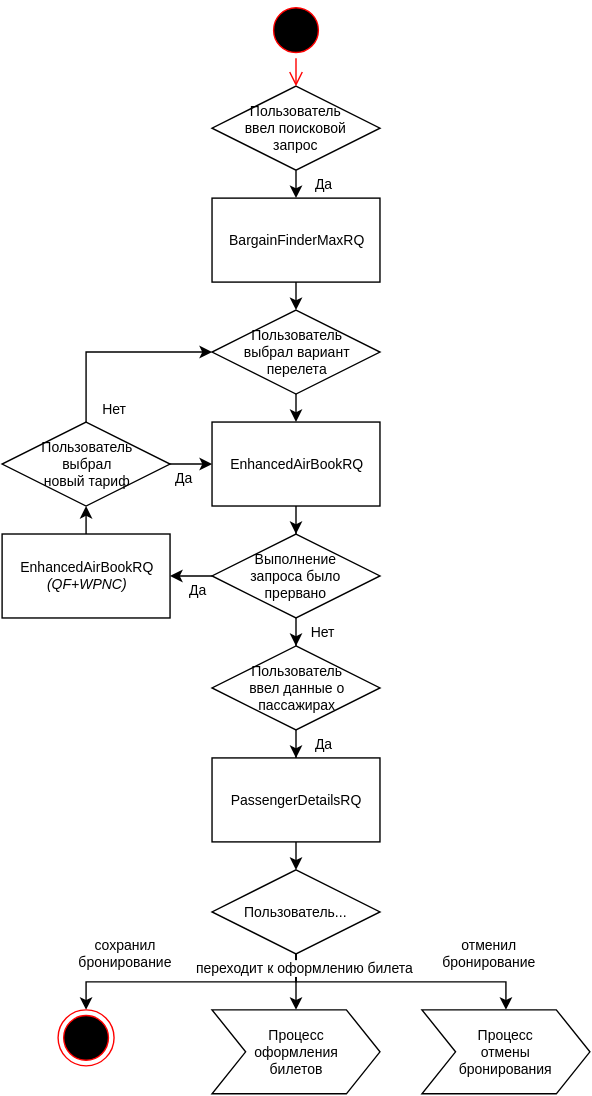
This is assets/svg/Search&Create Booking/[RU]Search&Create Booking[NoWPA]-1.svg from andreypolyak/sabre-apis-ru, a draw.io export, as it was before one commit. Source tidied: cells renumbered, new cells last; positions are measured from the earlier drawing's top-left corner, leaving out a move shared by most shapes.
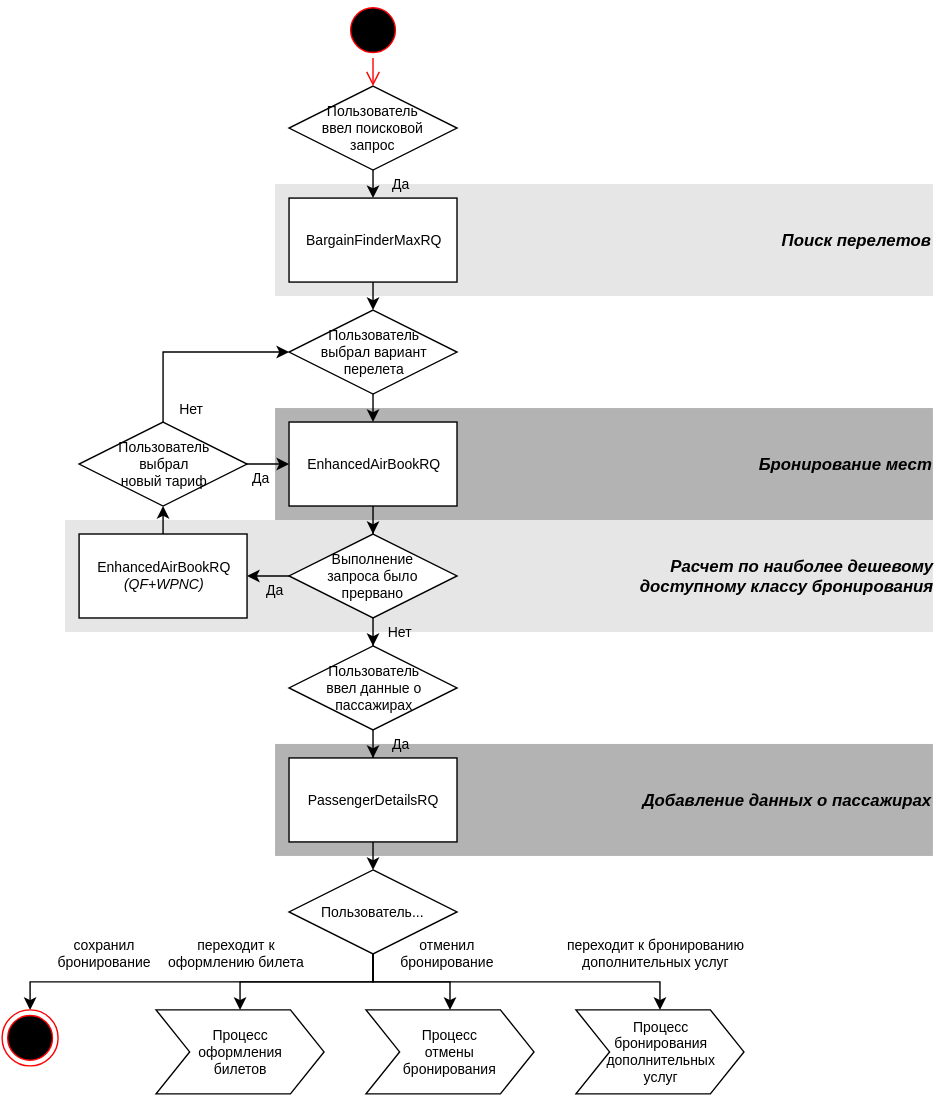
The same file after the commit.

The edit, as a diff of the source:
```diff
@@ -2,7 +2,19 @@
   <root>
     <mxCell id="0" />
     <mxCell id="1" parent="0" />
+    <mxCell id="32" value="&lt;div style=&quot;text-align: right&quot;&gt;&lt;i style=&quot;font-size: 12px ; line-height: 1.2&quot;&gt;&lt;b&gt;Добавление данных о пассажирах&lt;/b&gt;&lt;/i&gt;&lt;/div&gt;" style="whiteSpace=wrap;html=1;fillColor=#B3B3B3;fontSize=10;strokeColor=none;align=right;" parent="1" vertex="1">
+      <mxGeometry x="140" y="530" width="470" height="80" as="geometry" />
+    </mxCell>
+    <mxCell id="33" value="&lt;div style=&quot;text-align: right&quot;&gt;&lt;span style=&quot;line-height: 1.2&quot;&gt;&lt;font style=&quot;font-size: 12px&quot;&gt;&lt;i&gt;&lt;b&gt;Расчет по наиболее дешевому&lt;/b&gt;&lt;/i&gt;&lt;/font&gt;&lt;/span&gt;&lt;/div&gt;&lt;div style=&quot;text-align: right&quot;&gt;&lt;span style=&quot;line-height: 1.2&quot;&gt;&lt;font style=&quot;font-size: 12px&quot;&gt;&lt;i&gt;&lt;b&gt;доступному классу бронирования&lt;/b&gt;&lt;/i&gt;&lt;/font&gt;&lt;/span&gt;&lt;/div&gt;" style="whiteSpace=wrap;html=1;fillColor=#E6E6E6;fontSize=10;strokeColor=none;align=right;" parent="1" vertex="1">
+      <mxGeometry x="-10" y="370" width="620" height="80" as="geometry" />
+    </mxCell>
+    <mxCell id="34" value="&lt;div style=&quot;text-align: right&quot;&gt;&lt;span style=&quot;line-height: 1.2&quot;&gt;&lt;font style=&quot;font-size: 12px&quot;&gt;&lt;b&gt;&lt;i&gt;Бронирование мест&lt;/i&gt;&lt;/b&gt;&lt;/font&gt;&lt;/span&gt;&lt;/div&gt;" style="whiteSpace=wrap;html=1;fillColor=#B3B3B3;fontSize=10;strokeColor=none;align=right;gradientColor=none;" parent="1" vertex="1">
+      <mxGeometry x="140" y="290" width="470" height="80" as="geometry" />
+    </mxCell>
+    <mxCell id="35" value="&lt;div style=&quot;text-align: right&quot;&gt;&lt;font style=&quot;font-size: 12px&quot;&gt;&lt;i&gt;&lt;b&gt;Поиск перелетов&lt;/b&gt;&lt;/i&gt;&lt;/font&gt;&lt;/div&gt;" style="whiteSpace=wrap;html=1;fillColor=#E6E6E6;fontSize=10;strokeColor=none;align=right;" parent="1" vertex="1">
+      <mxGeometry x="140" y="130" width="470" height="80" as="geometry" />
+    </mxCell>
-    <mxCell id="2" value="Да" style="edgeStyle=orthogonalEdgeStyle;rounded=0;html=1;exitX=0.5;exitY=1;entryX=0.5;entryY=0;jettySize=auto;fontSize=10;" parent="1" edge="1" target="3">
+    <mxCell id="2" value="Да" style="edgeStyle=orthogonalEdgeStyle;rounded=0;html=1;exitX=0.5;exitY=1;entryX=0.5;entryY=0;jettySize=auto;fontSize=10;labelBackgroundColor=none;" parent="1" edge="1" target="3">
       <mxGeometry y="20" relative="1" as="geometry">
         <mxPoint x="210" y="120" as="sourcePoint" />
       </mxGeometry>
@@ -16,8 +28,10 @@
     <mxCell id="5" value="EnhancedAirBookRQ" style="whiteSpace=wrap;html=1;rounded=0;fontSize=10;" parent="1" vertex="1">
       <mxGeometry x="150" y="300" width="120" height="60" as="geometry" />
     </mxCell>
-    <mxCell id="6" style="edgeStyle=orthogonalEdgeStyle;rounded=0;html=1;entryX=0.5;entryY=0;jettySize=auto;exitX=0.5;exitY=1;fontSize=10;" parent="1" edge="1" source="7" target="16">
-      <mxGeometry relative="1" as="geometry" />
+    <mxCell id="6" style="edgeStyle=orthogonalEdgeStyle;rounded=0;html=1;entryX=0.5;entryY=0;jettySize=auto;exitX=0.5;exitY=1;fontSize=10;" parent="1" edge="1" source="7">
+      <mxGeometry relative="1" as="geometry">
+        <mxPoint x="210" y="620" as="targetPoint" />
+      </mxGeometry>
     </mxCell>
     <mxCell id="7" value="PassengerDetailsRQ" style="whiteSpace=wrap;html=1;rounded=0;fontSize=10;" parent="1" vertex="1">
       <mxGeometry x="150" y="540" width="120" height="60" as="geometry" />
@@ -31,40 +45,19 @@
     <mxCell id="10" value="Пользователь&lt;div&gt;&lt;span&gt;выбрал&amp;nbsp;&lt;/span&gt;&lt;span style=&quot;line-height: 1.2&quot;&gt;вариант&lt;/span&gt;&lt;div&gt;перелета&lt;/div&gt;&lt;/div&gt;" style="rhombus;whiteSpace=wrap;html=1;rounded=0;fontSize=10;" parent="1" vertex="1">
       <mxGeometry x="150" y="220" width="120" height="60" as="geometry" />
     </mxCell>
-    <mxCell id="11" value="Да" style="edgeStyle=orthogonalEdgeStyle;rounded=0;html=1;jettySize=auto;fontSize=10;exitX=0.5;exitY=1;" parent="1" edge="1" source="12" target="7">
+    <mxCell id="11" value="Да" style="edgeStyle=orthogonalEdgeStyle;rounded=0;html=1;jettySize=auto;fontSize=10;exitX=0.5;exitY=1;labelBackgroundColor=none;" parent="1" edge="1" source="12" target="7">
       <mxGeometry x="0.67" y="20" relative="1" as="geometry" />
     </mxCell>
     <mxCell id="12" value="Пользователь&lt;div&gt;ввел&amp;nbsp;&lt;span style=&quot;line-height: 1.2&quot;&gt;данные&amp;nbsp;&lt;/span&gt;&lt;span style=&quot;line-height: 1.2&quot;&gt;о&lt;/span&gt;&lt;/div&gt;&lt;div&gt;&lt;span style=&quot;line-height: 1.2&quot;&gt;пассажирах&lt;/span&gt;&lt;/div&gt;" style="rhombus;whiteSpace=wrap;html=1;rounded=0;fontSize=10;" parent="1" vertex="1">
       <mxGeometry x="150" y="460" width="120" height="60" as="geometry" />
     </mxCell>
-    <mxCell id="13" value="Нет" style="edgeStyle=orthogonalEdgeStyle;rounded=0;html=1;jettySize=auto;fontSize=10;exitX=0.5;exitY=1;" parent="1" edge="1" source="19" target="12">
+    <mxCell id="13" value="Нет" style="edgeStyle=orthogonalEdgeStyle;rounded=0;html=1;jettySize=auto;fontSize=10;exitX=0.5;exitY=1;labelBackgroundColor=none;" parent="1" edge="1" source="19" target="12">
       <mxGeometry x="0.67" y="20" relative="1" as="geometry" />
     </mxCell>
-    <mxCell id="14" value="отменил&lt;div&gt;бронирование&lt;/div&gt;" style="edgeStyle=orthogonalEdgeStyle;rounded=0;html=1;exitX=0.5;exitY=1;jettySize=auto;fontSize=10;entryX=0.5;entryY=0;" parent="1" edge="1" source="16">
-      <mxGeometry x="0.68" y="20" relative="1" as="geometry">
-        <mxPoint x="360" y="720" as="targetPoint" />
-        <Array as="points">
-          <mxPoint x="210" y="700" />
-          <mxPoint x="360" y="700" />
-        </Array>
-      </mxGeometry>
-    </mxCell>
-    <mxCell id="15" value="сохранил&lt;div&gt;бронирование&lt;/div&gt;" style="edgeStyle=orthogonalEdgeStyle;rounded=0;html=1;exitX=0.5;exitY=1;jettySize=auto;fontSize=10;entryX=0.5;entryY=0;entryPerimeter=0;" parent="1" edge="1" source="16">
-      <mxGeometry x="0.47" y="-20" relative="1" as="geometry">
-        <mxPoint x="60" y="720" as="targetPoint" />
-        <Array as="points">
-          <mxPoint x="210" y="700" />
-          <mxPoint x="60" y="700" />
-        </Array>
-      </mxGeometry>
-    </mxCell>
-    <mxCell id="16" value="Пользователь..." style="rhombus;whiteSpace=wrap;html=1;rounded=0;fontSize=10;" parent="1" vertex="1">
-      <mxGeometry x="150" y="620" width="120" height="60" as="geometry" />
-    </mxCell>
     <mxCell id="17" value="Пользователь&lt;div&gt;ввел&amp;nbsp;&lt;span style=&quot;line-height: 1.2&quot;&gt;поисковой&lt;/span&gt;&lt;/div&gt;&lt;div&gt;&lt;span style=&quot;line-height: 1.2&quot;&gt;запрос&lt;/span&gt;&lt;/div&gt;" style="rhombus;whiteSpace=wrap;html=1;rounded=0;fontSize=10;" parent="1" vertex="1">
       <mxGeometry x="150" y="60" width="120" height="60" as="geometry" />
     </mxCell>
-    <mxCell id="18" value="Да" style="edgeStyle=orthogonalEdgeStyle;rounded=0;html=1;exitX=0;exitY=0.5;jettySize=auto;fontSize=10;" parent="1" edge="1" source="19" target="21">
+    <mxCell id="18" value="Да" style="edgeStyle=orthogonalEdgeStyle;rounded=0;html=1;exitX=0;exitY=0.5;jettySize=auto;fontSize=10;labelBackgroundColor=none;" parent="1" edge="1" source="19" target="21">
       <mxGeometry x="0.2" y="10" relative="1" as="geometry" />
     </mxCell>
     <mxCell id="19" value="Выполнение&lt;div&gt;запроса было&lt;/div&gt;&lt;div&gt;прервано&lt;/div&gt;" style="rhombus;whiteSpace=wrap;html=1;rounded=0;fontSize=10;" parent="1" vertex="1">
@@ -76,7 +69,7 @@
     <mxCell id="21" value="EnhancedAirBookRQ&lt;div&gt;&lt;i&gt;(QF+WPNC)&lt;/i&gt;&lt;/div&gt;" style="whiteSpace=wrap;html=1;rounded=0;fontSize=10;" parent="1" vertex="1">
       <mxGeometry y="380" width="120" height="60" as="geometry" />
     </mxCell>
-    <mxCell id="22" value="Да" style="edgeStyle=orthogonalEdgeStyle;rounded=0;html=1;exitX=1;exitY=0.5;entryX=0;entryY=0.5;jettySize=auto;fontSize=10;" parent="1" edge="1" source="25" target="5">
+    <mxCell id="22" value="Да" style="edgeStyle=orthogonalEdgeStyle;rounded=0;html=1;exitX=1;exitY=0.5;entryX=0;entryY=0.5;jettySize=auto;fontSize=10;labelBackgroundColor=none;" parent="1" edge="1" source="25" target="5">
       <mxGeometry x="-0.33" y="-10" relative="1" as="geometry" />
     </mxCell>
     <mxCell id="23" style="edgeStyle=orthogonalEdgeStyle;rounded=0;html=1;exitX=0.5;exitY=0;entryX=0;entryY=0.5;jettySize=auto;fontSize=10;" parent="1" edge="1" source="25" target="10">
@@ -90,25 +83,65 @@
     <mxCell id="25" value="Пользователь&lt;div&gt;выбрал&lt;div&gt;новый тариф&lt;/div&gt;&lt;/div&gt;" style="rhombus;whiteSpace=wrap;html=1;rounded=0;fontSize=10;" parent="1" vertex="1">
       <mxGeometry y="300" width="120" height="60" as="geometry" />
     </mxCell>
+    <mxCell id="28" style="ellipse;html=1;shape=startState;fillColor=#000000;strokeColor=#ff0000;rounded=0;fontSize=10;align=center;" parent="1" vertex="1">
+      <mxGeometry x="190" width="40" height="40" as="geometry" />
+    </mxCell>
+    <mxCell id="29" style="edgeStyle=orthogonalEdgeStyle;html=1;verticalAlign=bottom;endArrow=open;endSize=8;strokeColor=#ff0000;fontSize=10;" parent="1" edge="1" source="28" target="17">
+      <mxGeometry relative="1" as="geometry" />
+    </mxCell>
+    <mxCell id="14" value="отменил&lt;div&gt;бронирование&lt;/div&gt;" style="edgeStyle=orthogonalEdgeStyle;rounded=0;html=1;jettySize=auto;fontSize=10;entryX=0.5;entryY=0;exitX=0.5;exitY=1;" parent="1" edge="1" source="16">
+      <mxGeometry as="geometry">
+        <mxPoint x="265" y="720" as="targetPoint" />
+        <Array as="points">
+          <mxPoint x="210" y="700" />
+          <mxPoint x="265" y="700" />
+        </Array>
+        <mxPoint x="28" y="-20" as="offset" />
+      </mxGeometry>
+    </mxCell>
+    <mxCell id="15" value="сохранил&lt;div&gt;бронирование&lt;/div&gt;" style="edgeStyle=orthogonalEdgeStyle;rounded=0;html=1;exitX=0.5;exitY=1;jettySize=auto;fontSize=10;entryX=0.5;entryY=0;entryPerimeter=0;" parent="1" edge="1" source="16">
+      <mxGeometry as="geometry">
+        <mxPoint x="-35" y="720" as="targetPoint" />
+        <Array as="points">
+          <mxPoint x="210" y="700" />
+          <mxPoint x="-35" y="700" />
+        </Array>
+        <mxPoint x="-67" y="-20" as="offset" />
+      </mxGeometry>
+    </mxCell>
+    <mxCell id="36" value="переходит к бронированию&lt;div&gt;дополнительных услуг&lt;/div&gt;" style="edgeStyle=orthogonalEdgeStyle;rounded=0;html=1;exitX=0.5;exitY=1;jettySize=auto;fontSize=10;" parent="1" edge="1" source="16" target="38">
+      <mxGeometry as="geometry">
+        <Array as="points">
+          <mxPoint x="210" y="700" />
+          <mxPoint x="415" y="700" />
+        </Array>
+        <mxPoint x="103" y="-20" as="offset" />
+      </mxGeometry>
+    </mxCell>
+    <mxCell id="16" value="Пользователь..." style="rhombus;whiteSpace=wrap;html=1;rounded=0;fontSize=10;" parent="1" vertex="1">
+      <mxGeometry x="150" y="620" width="120" height="60" as="geometry" />
+    </mxCell>
     <mxCell id="26" value="&lt;div style=&quot;text-align: center&quot;&gt;Процесс&lt;/div&gt;&lt;div style=&quot;text-align: center&quot;&gt;оформления&lt;/div&gt;&lt;div style=&quot;text-align: center&quot;&gt;билетов&lt;/div&gt;" style="shape=step;whiteSpace=wrap;html=1;rounded=0;fontSize=10;align=center;" parent="1" vertex="1">
-      <mxGeometry x="150" y="720" width="120" height="60" as="geometry" />
+      <mxGeometry x="55" y="720" width="120" height="60" as="geometry" />
     </mxCell>
     <mxCell id="27" value="&lt;div style=&quot;text-align: center&quot;&gt;Процесс&lt;/div&gt;&lt;div style=&quot;text-align: center&quot;&gt;отмены&lt;/div&gt;&lt;div style=&quot;text-align: center&quot;&gt;бронирования&lt;/div&gt;" style="shape=step;whiteSpace=wrap;html=1;rounded=0;fontSize=10;align=center;" parent="1" vertex="1">
-      <mxGeometry x="300" y="720" width="120" height="60" as="geometry" />
+      <mxGeometry x="205" y="720" width="120" height="60" as="geometry" />
     </mxCell>
-    <mxCell id="28" style="ellipse;html=1;shape=startState;fillColor=#000000;strokeColor=#ff0000;rounded=0;fontSize=10;align=center;" parent="1" vertex="1">
-      <mxGeometry x="190" width="40" height="40" as="geometry" />
-    </mxCell>
-    <mxCell id="29" style="edgeStyle=orthogonalEdgeStyle;html=1;verticalAlign=bottom;endArrow=open;endSize=8;strokeColor=#ff0000;fontSize=10;" parent="1" edge="1" source="28" target="17">
-      <mxGeometry relative="1" as="geometry" />
-    </mxCell>
-    <mxCell id="30" style="ellipse;html=1;shape=endState;fillColor=#000000;strokeColor=#ff0000;rounded=0;fontSize=10;align=center;" parent="1" vertex="1">
-      <mxGeometry x="40" y="720" width="40" height="40" as="geometry" />
-    </mxCell>
+    <mxCell id="37" style="ellipse;html=1;shape=endState;fillColor=#000000;strokeColor=#ff0000;rounded=0;fontSize=10;align=center;" parent="1" vertex="1">
+      <mxGeometry x="-55" y="720" width="40" height="40" as="geometry" />
+    </mxCell>
-    <mxCell id="31" value="переходит к&amp;nbsp;&lt;span style=&quot;line-height: 1.2&quot;&gt;оформлению билета&lt;/span&gt;" style="edgeStyle=orthogonalEdgeStyle;rounded=0;html=1;exitX=0.5;exitY=1;entryX=0.5;entryY=0;jettySize=auto;fontSize=10;" parent="1" edge="1" source="16">
-      <mxGeometry x="-0.5" y="10" relative="1" as="geometry">
-        <mxPoint x="210" y="720" as="targetPoint" />
+    <mxCell id="31" value="переходит к&lt;div&gt;&lt;span style=&quot;line-height: 1.2&quot;&gt;оформлению билета&lt;/span&gt;&lt;/div&gt;" style="edgeStyle=orthogonalEdgeStyle;rounded=0;html=1;exitX=0.5;exitY=1;entryX=0.5;entryY=0;jettySize=auto;fontSize=10;" parent="1" edge="1" source="16">
+      <mxGeometry as="geometry">
+        <mxPoint x="115" y="720" as="targetPoint" />
+        <Array as="points">
+          <mxPoint x="210" y="700" />
+          <mxPoint x="115" y="700" />
+        </Array>
+        <mxPoint x="-47" y="-20" as="offset" />
       </mxGeometry>
     </mxCell>
+    <mxCell id="38" value="Процесс&lt;div&gt;бронирования&lt;/div&gt;&lt;div&gt;дополнительных&lt;/div&gt;&lt;div&gt;услуг&lt;/div&gt;" style="shape=step;whiteSpace=wrap;html=1;rounded=0;fontSize=10;align=center;" parent="1" vertex="1">
+      <mxGeometry x="355" y="720" width="120" height="60" as="geometry" />
+    </mxCell>
   </root>
 </mxGraphModel>
```
